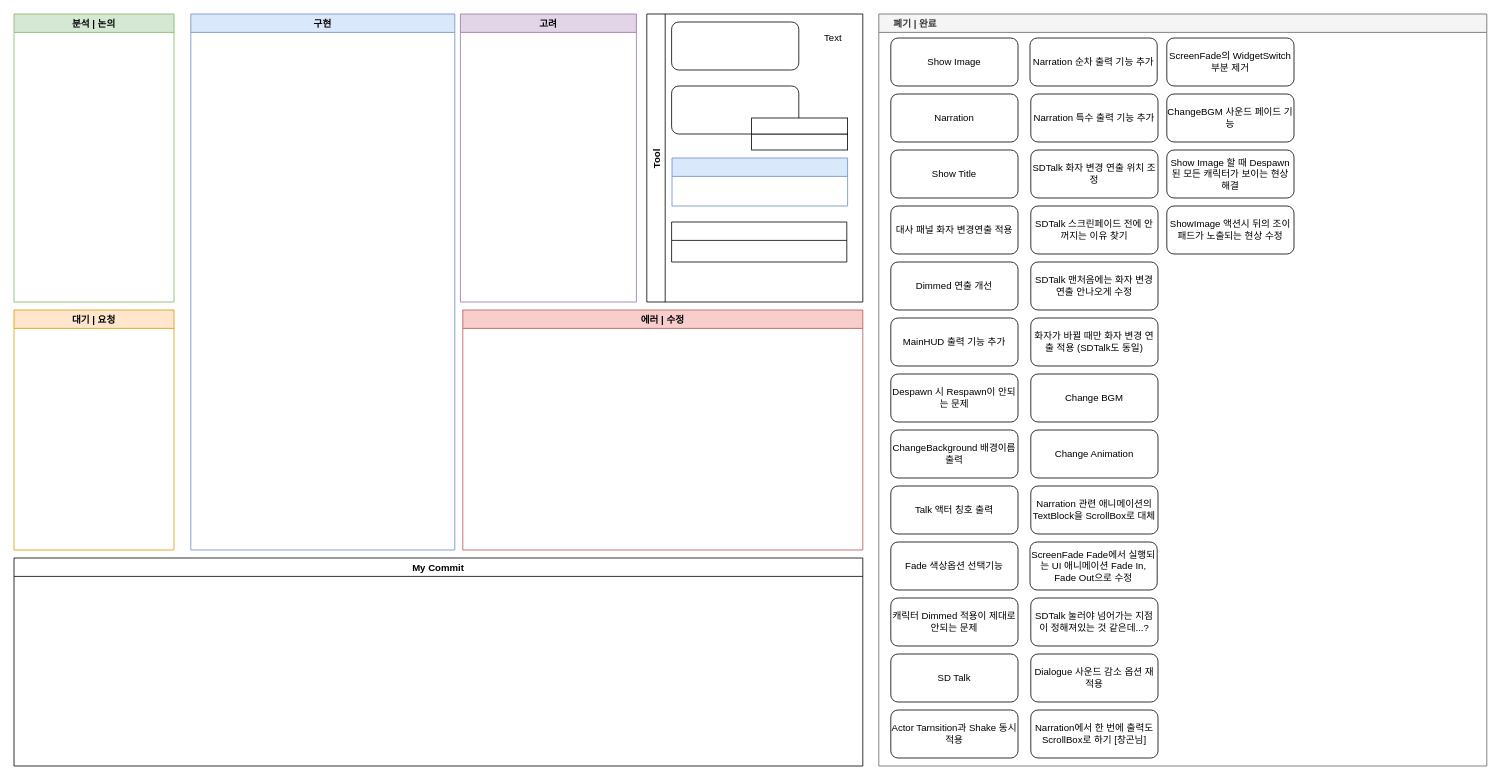
Earlier version of the draw.io diagram 신규 다이얼로그 액션 진행상황.drawio (Endorr/Job-Board). Source tidied: cells renumbered, new cells numbered last; positions are measured from the earlier drawing's top-left corner, leaving out a move shared by most shapes. Both pictures are drawn from the tidied source at 80%, with x=0, y=0 at pixel (14, 14).
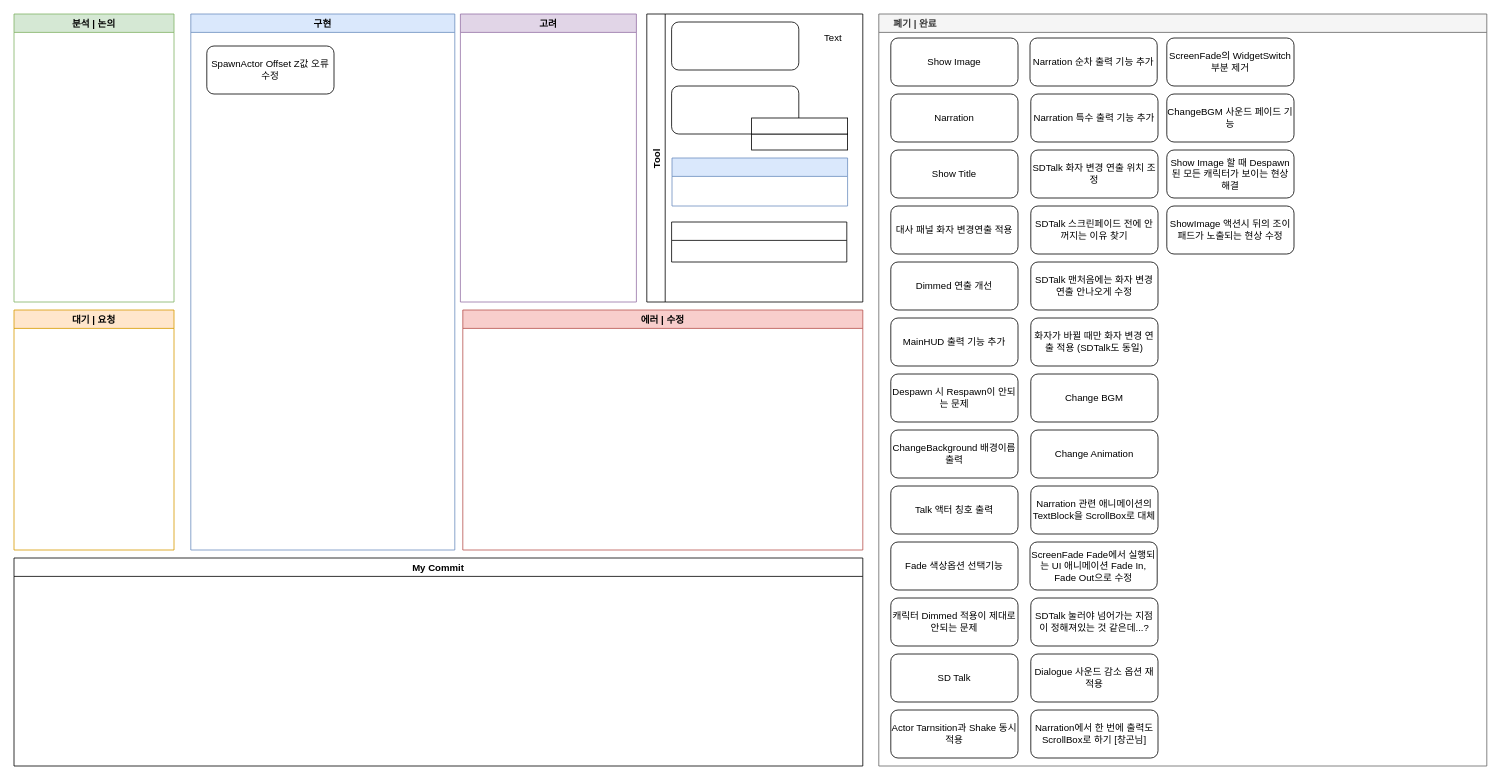
Above is the later version.

Commit message:
Update 신규 다이얼로그 액션 진행상황.drawio

Unchanged cells that the change refers to:
```xml
<mxCell id="2" value="구현" style="swimlane;fillColor=#dae8fc;strokeColor=#6c8ebf;" parent="1" vertex="1">
  <mxGeometry x="221" width="330" height="670" as="geometry" />
</mxCell>
```

Diff of the diagram source:
```diff
@@
+    <mxCell id="48" value="SpawnActor Offset Z값 오류 수정" style="rounded=1;whiteSpace=wrap;html=1;" parent="2" vertex="1">
+      <mxGeometry x="20" y="40" width="159" height="60" as="geometry" />
+    </mxCell>
```
